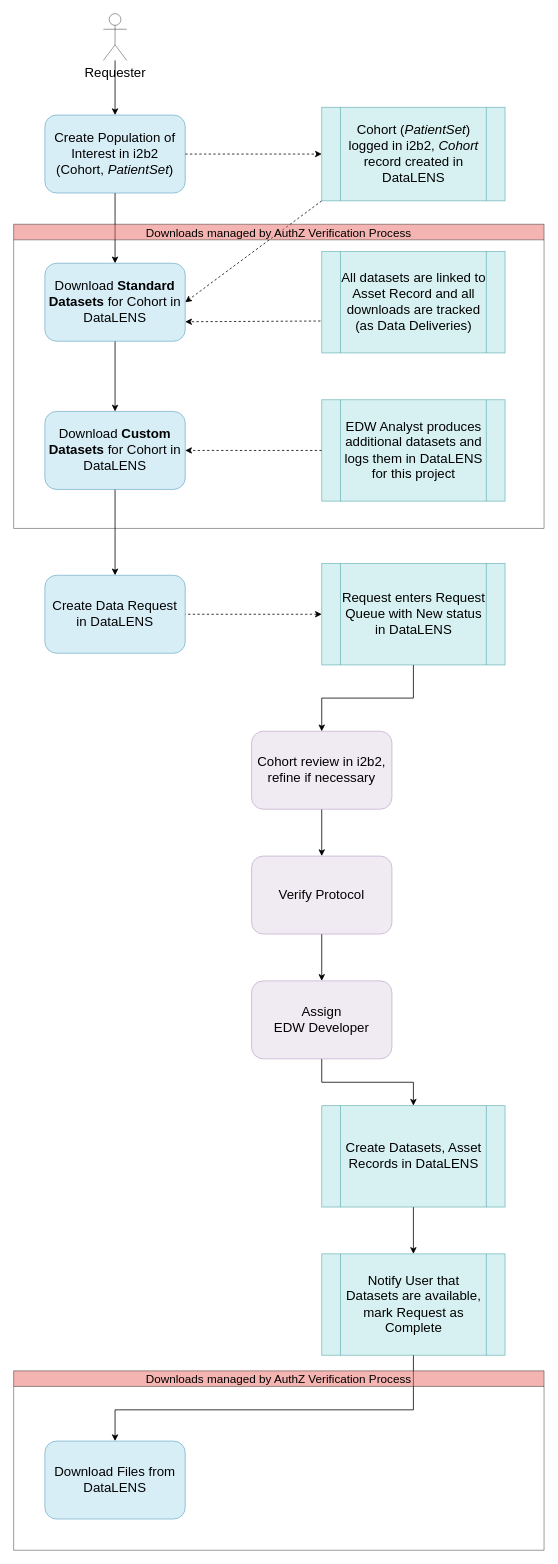
Earlier version of the draw.io diagram page "Assisted Routine Workflow" (5 of 7) of Clinical Data Request.drawio (ntimkovich/UAB-II-Diagrams). Source tidied: cells renumbered, new cells numbered last; positions are measured from the earlier drawing's top-left corner, leaving out a move shared by most shapes. Both pictures are drawn from the tidied source at 78%, with x=0, y=0 at pixel (13, 13).
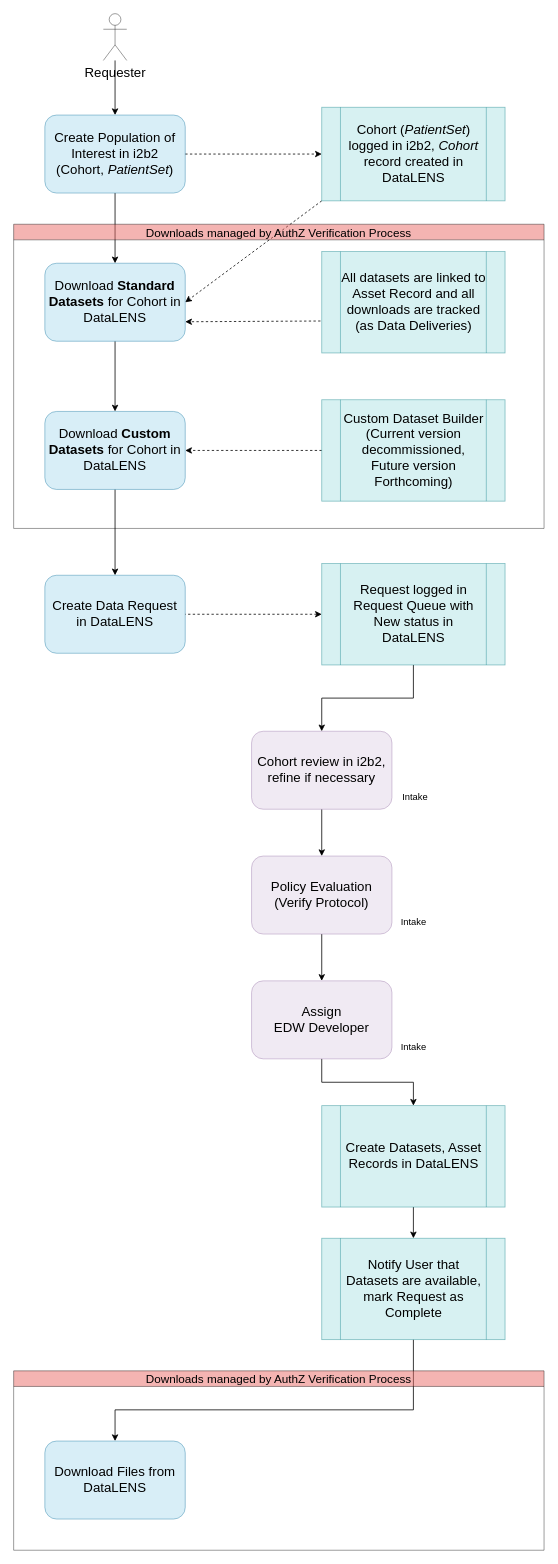
The same diagram, later.

The edit, as a diff of the source:
```diff
@@
-    <mxCell id="16" value="EDW Analyst produces additional datasets and logs them in DataLENS for this project" style="shape=process;whiteSpace=wrap;html=1;backgroundOutline=1;fillStyle=solid;fontSize=17;strokeColor=#0e8088;fillColor=#b0e3e6;opacity=50;" parent="1" vertex="1">
+    <mxCell id="16" value="Custom Dataset Builder&lt;br&gt;(Current version decommissioned, Future version Forthcoming)" style="shape=process;whiteSpace=wrap;html=1;backgroundOutline=1;fillStyle=solid;fontSize=17;strokeColor=#0e8088;fillColor=#b0e3e6;opacity=50;" parent="1" vertex="1">
       <mxGeometry x="395" y="495" width="235" height="130" as="geometry" />
     </mxCell>
@@
-    <mxCell id="21" value="Request enters Request Queue with New status in DataLENS" style="shape=process;whiteSpace=wrap;html=1;backgroundOutline=1;fillStyle=solid;fontSize=17;strokeColor=#0e8088;fillColor=#b0e3e6;opacity=50;" parent="1" vertex="1">
+    <mxCell id="21" value="Request logged in Request Queue with New status in DataLENS" style="shape=process;whiteSpace=wrap;html=1;backgroundOutline=1;fillStyle=solid;fontSize=17;strokeColor=#0e8088;fillColor=#b0e3e6;opacity=50;" parent="1" vertex="1">
       <mxGeometry x="395" y="705" width="235" height="130" as="geometry" />
     </mxCell>
@@
-    <mxCell id="25" value="Verify Protocol" style="rounded=1;whiteSpace=wrap;html=1;fillStyle=solid;fontSize=17;strokeColor=#9673a6;fillColor=#e1d5e7;opacity=50;" parent="1" vertex="1">
+    <mxCell id="25" value="Policy Evaluation&lt;br&gt;(Verify Protocol)" style="rounded=1;whiteSpace=wrap;html=1;fillStyle=solid;fontSize=17;strokeColor=#9673a6;fillColor=#e1d5e7;opacity=50;" parent="1" vertex="1">
       <mxGeometry x="305" y="1080" width="180" height="100" as="geometry" />
     </mxCell>
@@
     <mxCell id="31" value="Notify User that Datasets are available, mark Request as Complete" style="shape=process;whiteSpace=wrap;html=1;backgroundOutline=1;fillStyle=solid;fontSize=17;strokeColor=#0e8088;fillColor=#b0e3e6;opacity=50;" parent="1" vertex="1">
-      <mxGeometry x="395" y="1590" width="235" height="130" as="geometry" />
+      <mxGeometry x="395" y="1570" width="235" height="130" as="geometry" />
     </mxCell>
@@
+    <mxCell id="34" value="Intake" style="text;html=1;strokeColor=none;fillColor=none;align=center;verticalAlign=middle;whiteSpace=wrap;rounded=0;" parent="1" vertex="1">
+      <mxGeometry x="485" y="990" width="60" height="30" as="geometry" />
+    </mxCell>
+    <mxCell id="35" value="Intake" style="text;html=1;strokeColor=none;fillColor=none;align=center;verticalAlign=middle;whiteSpace=wrap;rounded=0;" parent="1" vertex="1">
+      <mxGeometry x="482.5" y="1150" width="60" height="30" as="geometry" />
+    </mxCell>
+    <mxCell id="36" value="Intake" style="text;html=1;strokeColor=none;fillColor=none;align=center;verticalAlign=middle;whiteSpace=wrap;rounded=0;" parent="1" vertex="1">
+      <mxGeometry x="482.5" y="1310" width="60" height="30" as="geometry" />
+    </mxCell>
```
